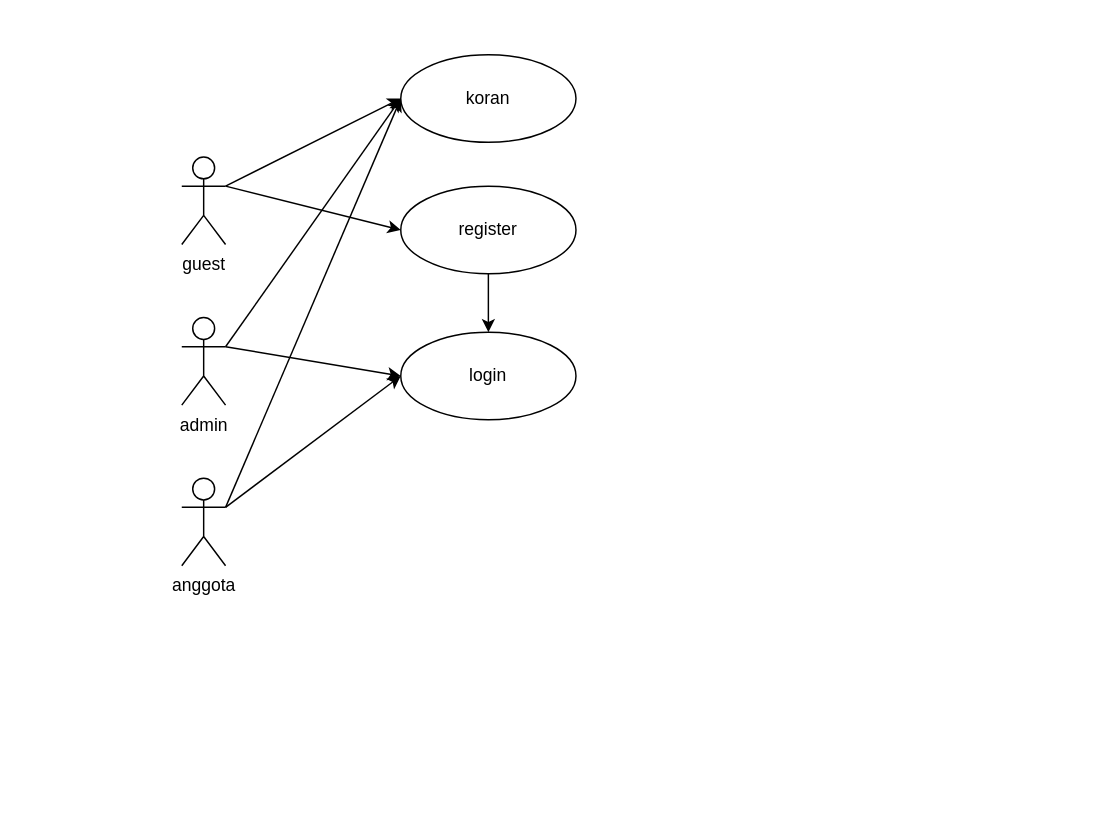
Above: Copy of fk.drawio in praskukang/designFK (draw.io), before the change. Source tidied: cells renumbered, new cells numbered last; positions are measured from the earlier drawing's top-left corner, leaving out a move shared by most shapes. Both pictures are drawn from the tidied source at 146%, with x=0, y=0 at pixel (181, 54).
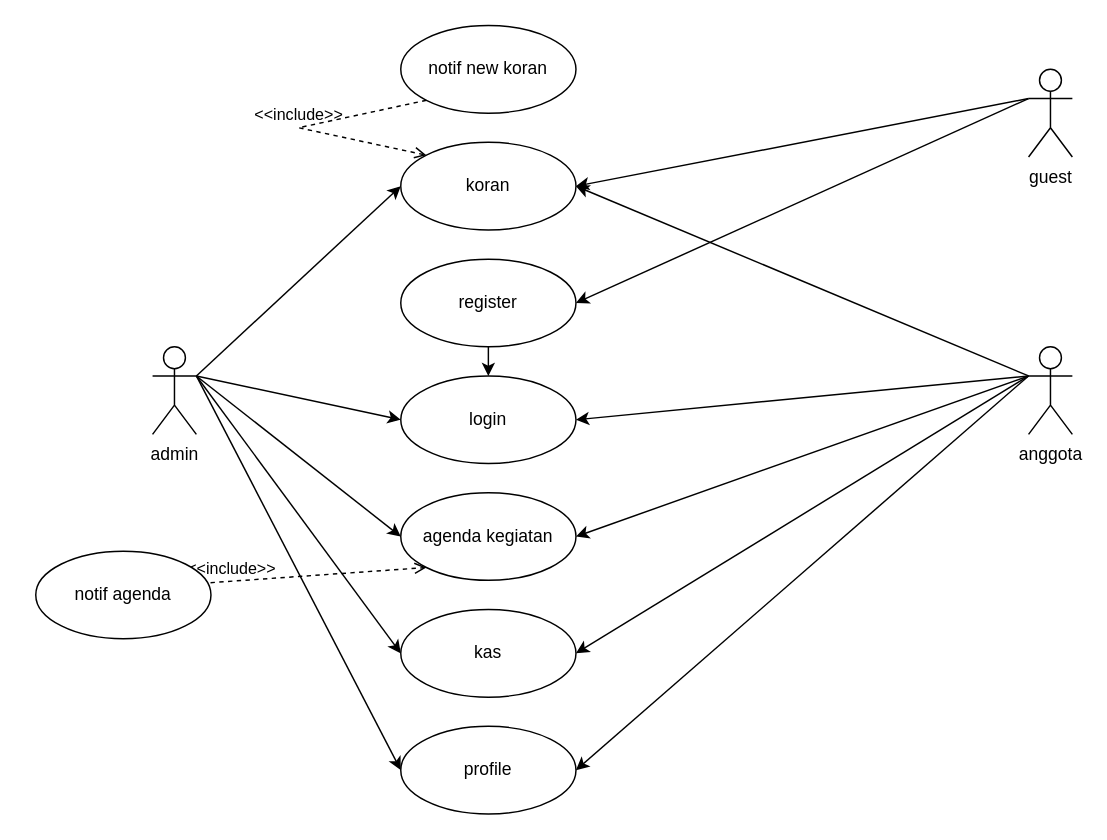
Above is the later version.

The edit, as a diff of the source:
```diff
@@
     <mxCell id="2" value="admin" style="shape=umlActor;verticalLabelPosition=bottom;verticalAlign=top;html=1;" parent="1" vertex="1">
-      <mxGeometry y="180" width="30" height="60" as="geometry" />
+      <mxGeometry x="-20" y="200" width="30" height="60" as="geometry" />
     </mxCell>
     <mxCell id="3" value="koran" style="ellipse;whiteSpace=wrap;html=1;" parent="1" vertex="1">
-      <mxGeometry x="150" width="120" height="60" as="geometry" />
+      <mxGeometry x="150" y="60" width="120" height="60" as="geometry" />
     </mxCell>
     <mxCell id="4" value="guest" style="shape=umlActor;verticalLabelPosition=bottom;verticalAlign=top;html=1;" parent="1" vertex="1">
-      <mxGeometry y="70" width="30" height="60" as="geometry" />
+      <mxGeometry x="580" y="10" width="30" height="60" as="geometry" />
     </mxCell>
     <mxCell id="5" value="anggota" style="shape=umlActor;verticalLabelPosition=bottom;verticalAlign=top;html=1;" parent="1" vertex="1">
-      <mxGeometry y="290" width="30" height="60" as="geometry" />
+      <mxGeometry x="580" y="200" width="30" height="60" as="geometry" />
     </mxCell>
     <mxCell id="6" value="register" style="ellipse;whiteSpace=wrap;html=1;" parent="1" vertex="1">
-      <mxGeometry x="150" y="90" width="120" height="60" as="geometry" />
+      <mxGeometry x="150" y="140" width="120" height="60" as="geometry" />
     </mxCell>
     <mxCell id="7" value="login" style="ellipse;whiteSpace=wrap;html=1;" parent="1" vertex="1">
-      <mxGeometry x="150" y="190" width="120" height="60" as="geometry" />
+      <mxGeometry x="150" y="220" width="120" height="60" as="geometry" />
     </mxCell>
@@
-    <mxCell id="10" style="endArrow=classic;html=1;rounded=0;exitX=1;exitY=0.3333333333333333;exitDx=0;exitDy=0;exitPerimeter=0;entryX=0;entryY=0.5;entryDx=0;entryDy=0;" parent="1" edge="1" source="4" target="3">
+    <mxCell id="10" style="endArrow=classic;html=1;rounded=0;entryX=1;entryY=0.5;entryDx=0;entryDy=0;exitX=0;exitY=0.3333333333333333;exitDx=0;exitDy=0;exitPerimeter=0;" parent="1" edge="1" source="4" target="3">
       <mxGeometry relative="1" as="geometry" />
     </mxCell>
-    <mxCell id="11" style="endArrow=classic;html=1;rounded=0;exitX=1;exitY=0.3333333333333333;exitDx=0;exitDy=0;exitPerimeter=0;entryX=0;entryY=0.5;entryDx=0;entryDy=0;" parent="1" edge="1" source="5" target="3">
+    <mxCell id="11" style="endArrow=classic;html=1;rounded=0;exitX=0;exitY=0.3333333333333333;exitDx=0;exitDy=0;exitPerimeter=0;entryX=1;entryY=0.5;entryDx=0;entryDy=0;" parent="1" edge="1" source="5" target="3">
       <mxGeometry relative="1" as="geometry" />
     </mxCell>
-    <mxCell id="12" style="endArrow=classic;html=1;rounded=0;exitX=1;exitY=0.3333333333333333;exitDx=0;exitDy=0;exitPerimeter=0;entryX=0;entryY=0.5;entryDx=0;entryDy=0;" parent="1" edge="1" source="4" target="6">
+    <mxCell id="12" style="endArrow=classic;html=1;rounded=0;entryX=1;entryY=0.5;entryDx=0;entryDy=0;exitX=0;exitY=0.3333333333333333;exitDx=0;exitDy=0;exitPerimeter=0;" parent="1" edge="1" source="4" target="6">
       <mxGeometry relative="1" as="geometry" />
     </mxCell>
-    <mxCell id="13" style="endArrow=classic;html=1;rounded=0;exitX=1;exitY=0.3333333333333333;exitDx=0;exitDy=0;exitPerimeter=0;entryX=0;entryY=0.5;entryDx=0;entryDy=0;" parent="1" edge="1" source="5" target="7">
+    <mxCell id="13" style="endArrow=classic;html=1;rounded=0;entryX=1;entryY=0.5;entryDx=0;entryDy=0;exitX=0;exitY=0.3333333333333333;exitDx=0;exitDy=0;exitPerimeter=0;" parent="1" edge="1" source="5" target="7">
       <mxGeometry relative="1" as="geometry" />
     </mxCell>
@@
+    <mxCell id="15" value="agenda kegiatan" style="ellipse;whiteSpace=wrap;html=1;" parent="1" vertex="1">
+      <mxGeometry x="150" y="300" width="120" height="60" as="geometry" />
+    </mxCell>
+    <mxCell id="16" style="endArrow=classic;html=1;rounded=0;exitX=1;exitY=0.3333333333333333;exitDx=0;exitDy=0;exitPerimeter=0;entryX=0;entryY=0.5;entryDx=0;entryDy=0;" parent="1" edge="1" source="2" target="15">
+      <mxGeometry relative="1" as="geometry" />
+    </mxCell>
+    <mxCell id="17" style="endArrow=classic;html=1;rounded=0;exitX=0;exitY=0.3333333333333333;exitDx=0;exitDy=0;exitPerimeter=0;entryX=1;entryY=0.5;entryDx=0;entryDy=0;" parent="1" edge="1" source="5" target="15">
+      <mxGeometry relative="1" as="geometry" />
+    </mxCell>
+    <mxCell id="18" value="kas" style="ellipse;whiteSpace=wrap;html=1;" parent="1" vertex="1">
+      <mxGeometry x="150" y="380" width="120" height="60" as="geometry" />
+    </mxCell>
+    <mxCell id="19" style="endArrow=classic;html=1;rounded=0;exitX=0;exitY=0.3333333333333333;exitDx=0;exitDy=0;exitPerimeter=0;entryX=1;entryY=0.5;entryDx=0;entryDy=0;" parent="1" edge="1" source="5" target="18">
+      <mxGeometry relative="1" as="geometry" />
+    </mxCell>
+    <mxCell id="20" style="endArrow=classic;html=1;rounded=0;exitX=1;exitY=0.3333333333333333;exitDx=0;exitDy=0;exitPerimeter=0;entryX=0;entryY=0.5;entryDx=0;entryDy=0;" parent="1" edge="1" source="2" target="18">
+      <mxGeometry relative="1" as="geometry" />
+    </mxCell>
+    <mxCell id="21" value="notif new koran" style="ellipse;whiteSpace=wrap;html=1;" parent="1" vertex="1">
+      <mxGeometry x="150" y="-20" width="120" height="60" as="geometry" />
+    </mxCell>
+    <mxCell id="22" value="&amp;lt;&amp;lt;include&amp;gt;&amp;gt;" style="html=1;verticalAlign=bottom;labelBackgroundColor=none;endArrow=open;endFill=0;dashed=1;rounded=0;exitX=0;exitY=1;exitDx=0;exitDy=0;entryX=0;entryY=0;entryDx=0;entryDy=0;" parent="1" edge="1" source="21" target="3">
+      <mxGeometry relative="1" as="geometry">
+        <Array as="points">
+          <mxPoint x="80" y="50" />
+        </Array>
+      </mxGeometry>
+    </mxCell>
+    <mxCell id="23" value="&amp;lt;&amp;lt;include&amp;gt;&amp;gt;" style="html=1;verticalAlign=bottom;labelBackgroundColor=none;endArrow=open;endFill=0;dashed=1;rounded=0;exitX=0;exitY=0.5;exitDx=0;exitDy=0;entryX=0;entryY=1;entryDx=0;entryDy=0;" parent="1" edge="1" source="27" target="15">
+      <mxGeometry relative="1" as="geometry" />
+    </mxCell>
+    <mxCell id="24" value="profile" style="ellipse;whiteSpace=wrap;html=1;" parent="1" vertex="1">
+      <mxGeometry x="150" y="460" width="120" height="60" as="geometry" />
+    </mxCell>
+    <mxCell id="25" style="endArrow=classic;html=1;rounded=0;exitX=0;exitY=0.3333333333333333;exitDx=0;exitDy=0;exitPerimeter=0;entryX=1;entryY=0.5;entryDx=0;entryDy=0;" parent="1" edge="1" source="5" target="24">
+      <mxGeometry relative="1" as="geometry" />
+    </mxCell>
+    <mxCell id="26" style="endArrow=classic;html=1;rounded=0;exitX=1;exitY=0.3333333333333333;exitDx=0;exitDy=0;exitPerimeter=0;entryX=0;entryY=0.5;entryDx=0;entryDy=0;" parent="1" edge="1" source="2" target="24">
+      <mxGeometry relative="1" as="geometry" />
+    </mxCell>
+    <mxCell id="27" value="notif agenda" style="ellipse;whiteSpace=wrap;html=1;" parent="1" vertex="1">
+      <mxGeometry x="-100" y="340" width="120" height="60" as="geometry" />
+    </mxCell>
```
